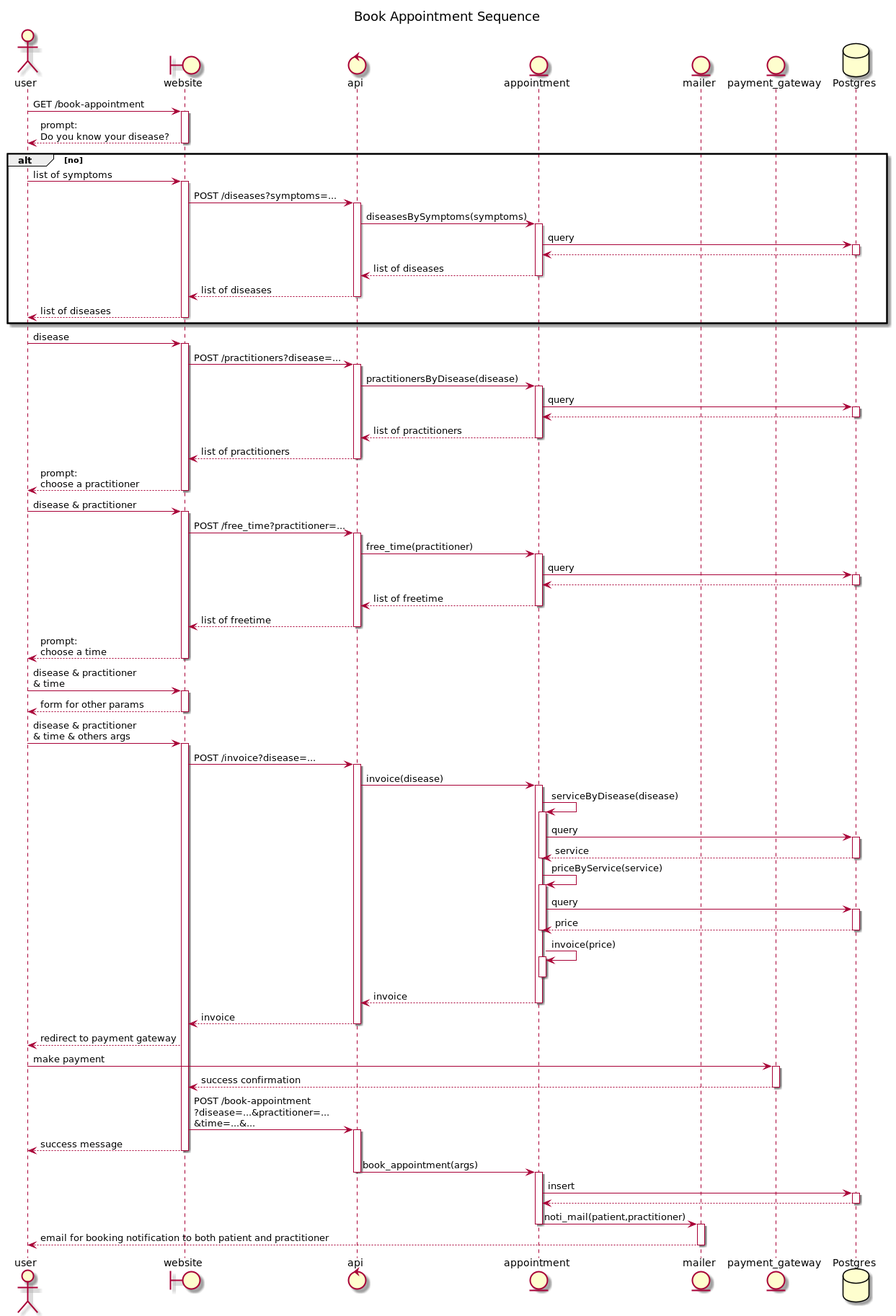
tdnguyen6/hms-PERN keeps this PlantUML diagram as src/client/public/docs/diagrams/out/sequence_book_appointment.png. Above is the earlier version.
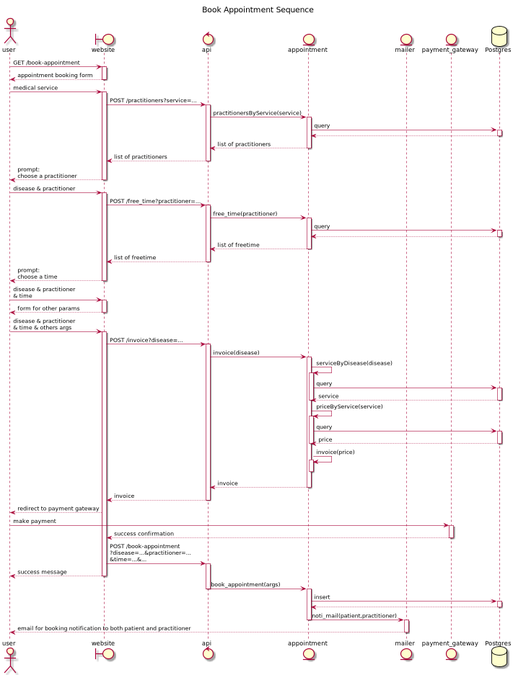
Later version of the same file.

The edit, as a diff of the source:
```diff
@@ -10,21 +10,11 @@
 database Postgres as P
 
 U -> W++: GET /book-appointment
-return prompt:\nDo you know your disease?
-alt no
-U -> W++: list of symptoms
-W -> api++: POST /diseases?symptoms=...
-api -> A++: diseasesBySymptoms(symptoms)
-A->P++: query
-return
-return list of diseases
-return list of diseases
-return list of diseases
-end
+return appointment booking form
 
-U -> W++:  disease
-W -> api++: POST /practitioners?disease=...
-api -> A++: practitionersByDisease(disease)
+U -> W++:  medical service
+W -> api++: POST /practitioners?service=...
+api -> A++: practitionersByService(service)
 A -> P++: query
 return
 return list of practitioners
```
